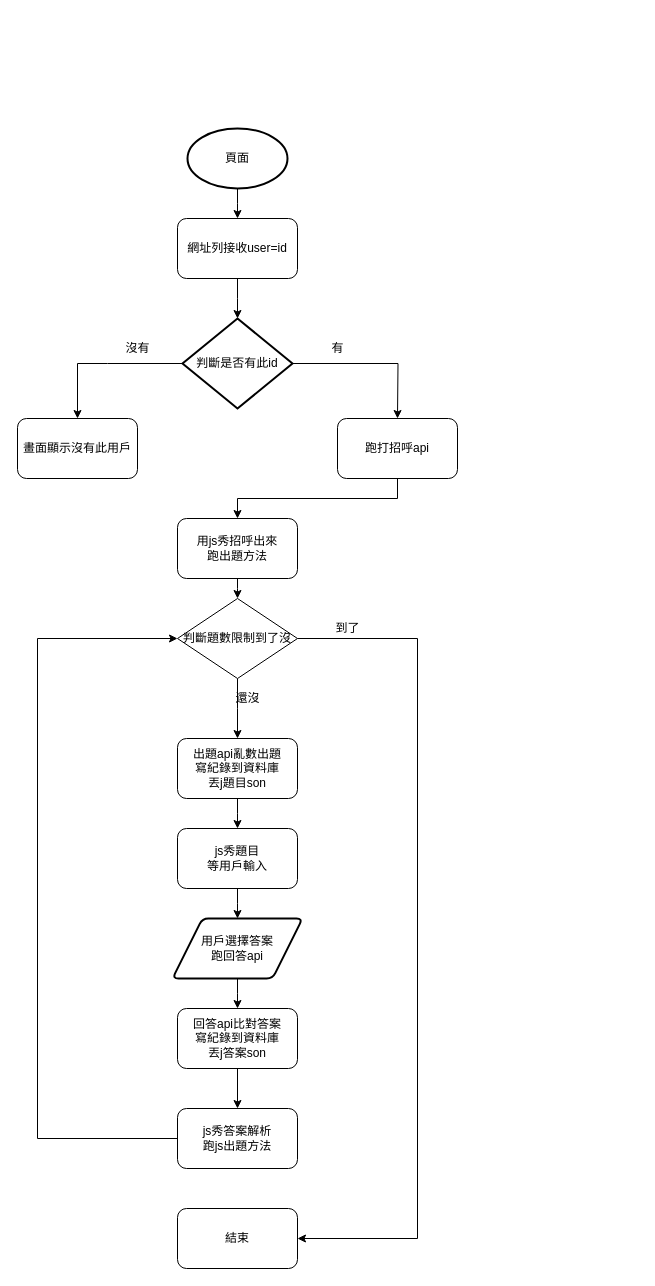
Above: 未命名圖表.drawio in kartg0203/work_flow (draw.io), before the change. Source tidied: cells renumbered, new cells numbered last; positions are measured from the earlier drawing's top-left corner, leaving out a move shared by most shapes. Both pictures are drawn from the tidied source at 100%, with x=0, y=0 at pixel (17, 128).
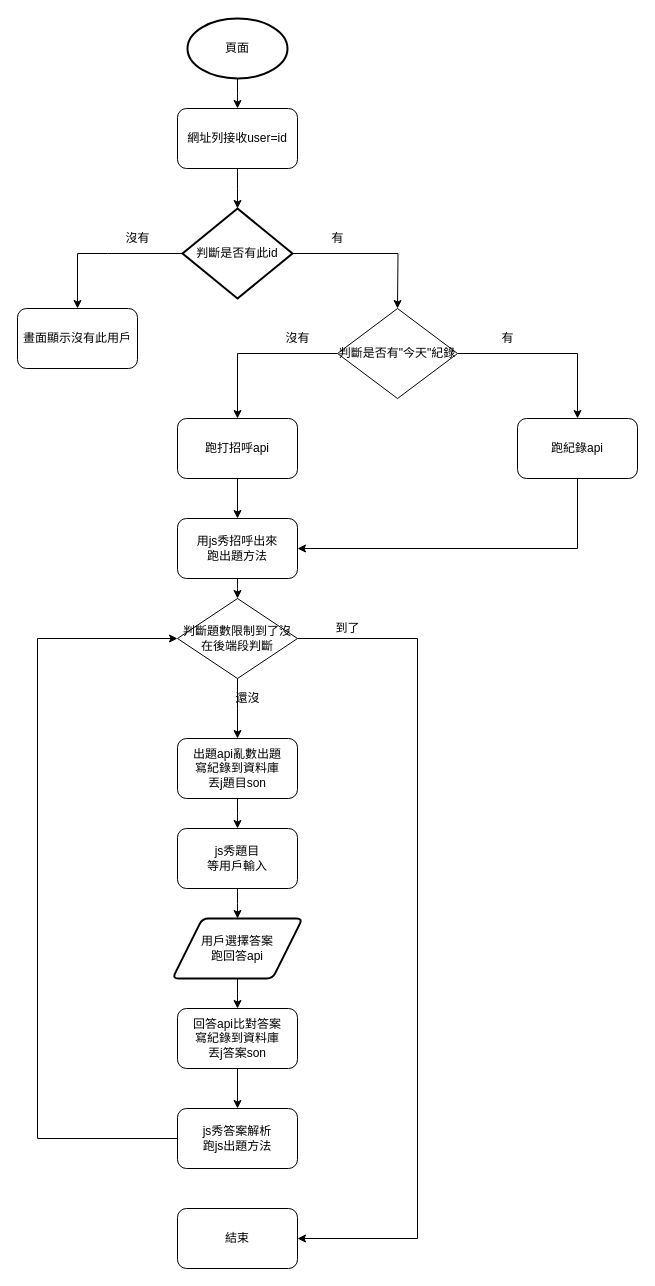
Above is the later version.

Commit message:
Update 出題圖表 增加紀錄流程.drawio

Unchanged cells that the change refers to:
```xml
<mxCell id="14" value="用js秀招呼出來&lt;br&gt;跑出題方法" style="rounded=1;whiteSpace=wrap;html=1;" parent="1" vertex="1">
  <mxGeometry x="160" y="390" width="120" height="60" as="geometry" />
</mxCell>
```

What changed in the source:
```diff
@@
     <mxCell id="3" value="頁面" style="strokeWidth=2;html=1;shape=mxgraph.flowchart.start_1;whiteSpace=wrap;" parent="1" vertex="1">
-      <mxGeometry x="170" width="100" height="60" as="geometry" />
+      <mxGeometry x="170" y="-110" width="100" height="60" as="geometry" />
     </mxCell>
     <mxCell id="4" style="edgeStyle=orthogonalEdgeStyle;rounded=0;jettySize=auto;html=1;startArrow=none;" parent="1" edge="1" source="17">
       <mxGeometry relative="1" as="geometry">
-        <mxPoint x="220" y="190" as="targetPoint" />
+        <mxPoint x="220" y="80" as="targetPoint" />
       </mxGeometry>
     </mxCell>
     <mxCell id="5" style="edgeStyle=orthogonalEdgeStyle;rounded=0;jettySize=auto;html=1;" parent="1" edge="1" source="7">
       <mxGeometry relative="1" as="geometry">
-        <mxPoint x="60" y="290" as="targetPoint" />
+        <mxPoint x="60" y="180" as="targetPoint" />
         <Array as="points">
-          <mxPoint x="90" y="235" />
-          <mxPoint x="90" y="235" />
+          <mxPoint x="90" y="125" />
+          <mxPoint x="90" y="125" />
         </Array>
       </mxGeometry>
     </mxCell>
     <mxCell id="6" style="edgeStyle=orthogonalEdgeStyle;rounded=0;jettySize=auto;html=1;" parent="1" edge="1" source="7">
       <mxGeometry relative="1" as="geometry">
-        <mxPoint x="380" y="290" as="targetPoint" />
+        <mxPoint x="380" y="180" as="targetPoint" />
       </mxGeometry>
     </mxCell>
     <mxCell id="7" value="判斷是否有此id" style="strokeWidth=2;html=1;shape=mxgraph.flowchart.decision;whiteSpace=wrap;" parent="1" vertex="1">
-      <mxGeometry x="165" y="190" width="110" height="90" as="geometry" />
+      <mxGeometry x="165" y="80" width="110" height="90" as="geometry" />
     </mxCell>
     <mxCell id="8" value="畫面顯示沒有此用戶" style="rounded=1;whiteSpace=wrap;html=1;" parent="1" vertex="1">
-      <mxGeometry y="290" width="120" height="60" as="geometry" />
+      <mxGeometry y="180" width="120" height="60" as="geometry" />
     </mxCell>
     <mxCell id="9" value="沒有" style="text;html=1;align=center;verticalAlign=middle;strokeColor=none;" parent="1" vertex="1">
-      <mxGeometry x="100" y="210" width="40" height="20" as="geometry" />
+      <mxGeometry x="100" y="100" width="40" height="20" as="geometry" />
     </mxCell>
-    <mxCell id="10" style="rounded=0;orthogonalLoop=1;jettySize=auto;html=1;edgeStyle=elbowEdgeStyle;elbow=vertical;" parent="1" edge="1">
-      <mxGeometry relative="1" as="geometry">
-        <mxPoint x="380" y="350" as="sourcePoint" />
-        <mxPoint x="220" y="390" as="targetPoint" />
-        <Array as="points">
-          <mxPoint x="300" y="370" />
-        </Array>
-      </mxGeometry>
-    </mxCell>
+    <mxCell id="32" style="edgeStyle=orthogonalEdgeStyle;rounded=0;jettySize=auto;html=1;" parent="1" edge="1" source="11" target="14">
+      <mxGeometry relative="1" as="geometry" />
+    </mxCell>
     <mxCell id="11" value="跑打招呼api" style="rounded=1;whiteSpace=wrap;html=1;" parent="1" vertex="1">
-      <mxGeometry x="320" y="290" width="120" height="60" as="geometry" />
+      <mxGeometry x="160" y="290" width="120" height="60" as="geometry" />
     </mxCell>
     <mxCell id="12" value="有" style="text;html=1;align=center;verticalAlign=middle;strokeColor=none;" parent="1" vertex="1">
-      <mxGeometry x="305" y="210" width="30" height="20" as="geometry" />
+      <mxGeometry x="305" y="100" width="30" height="20" as="geometry" />
     </mxCell>
@@
     <mxCell id="17" value="&lt;span&gt;網址列接收user=id&lt;/span&gt;" style="rounded=1;whiteSpace=wrap;html=1;" parent="1" vertex="1">
-      <mxGeometry x="160" y="90" width="120" height="60" as="geometry" />
+      <mxGeometry x="160" y="-20" width="120" height="60" as="geometry" />
     </mxCell>
@@
-    <mxCell id="26" value="判斷題數限制到了沒" style="rhombus;whiteSpace=wrap;html=1;" parent="1" vertex="1">
+    <mxCell id="26" value="判斷題數限制到了沒&lt;br&gt;在後端段判斷" style="rhombus;whiteSpace=wrap;html=1;" parent="1" vertex="1">
       <mxGeometry x="160" y="470" width="120" height="80" as="geometry" />
     </mxCell>
@@
+    <mxCell id="33" style="edgeStyle=orthogonalEdgeStyle;rounded=0;jettySize=auto;html=1;exitX=0;exitY=0.5;exitDx=0;exitDy=0;" parent="1" edge="1" source="35" target="11">
+      <mxGeometry relative="1" as="geometry" />
+    </mxCell>
+    <mxCell id="34" style="edgeStyle=orthogonalEdgeStyle;rounded=0;jettySize=auto;html=1;entryX=0.5;entryY=0;entryDx=0;entryDy=0;" parent="1" edge="1" source="35" target="38">
+      <mxGeometry relative="1" as="geometry" />
+    </mxCell>
+    <mxCell id="35" value="判斷是否有&quot;今天&quot;紀錄" style="rhombus;whiteSpace=wrap;html=1;" parent="1" vertex="1">
+      <mxGeometry x="320" y="180" width="120" height="90" as="geometry" />
+    </mxCell>
+    <mxCell id="36" value="沒有" style="text;html=1;align=center;verticalAlign=middle;strokeColor=none;" parent="1" vertex="1">
+      <mxGeometry x="260" y="200" width="40" height="20" as="geometry" />
+    </mxCell>
+    <mxCell id="37" style="edgeStyle=orthogonalEdgeStyle;rounded=0;jettySize=auto;html=1;entryX=1;entryY=0.5;entryDx=0;entryDy=0;" parent="1" edge="1" source="38" target="14">
+      <mxGeometry relative="1" as="geometry">
+        <Array as="points">
+          <mxPoint x="560" y="420" />
+        </Array>
+      </mxGeometry>
+    </mxCell>
+    <mxCell id="38" value="跑紀錄api" style="rounded=1;whiteSpace=wrap;html=1;" parent="1" vertex="1">
+      <mxGeometry x="500" y="290" width="120" height="60" as="geometry" />
+    </mxCell>
+    <mxCell id="39" value="有" style="text;html=1;align=center;verticalAlign=middle;strokeColor=none;" parent="1" vertex="1">
+      <mxGeometry x="475" y="200" width="30" height="20" as="geometry" />
+    </mxCell>
```
